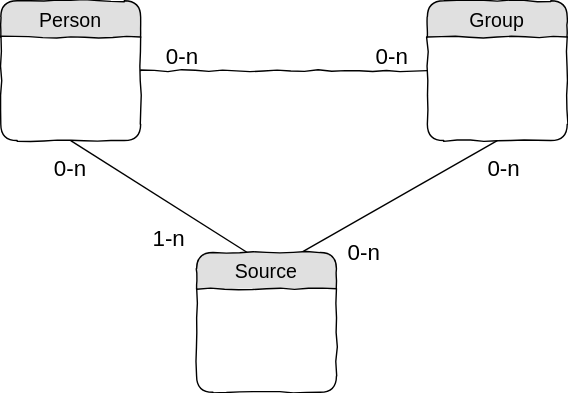
tig12/g5 keeps this draw.io diagram as docs/img/db5-model.svg. Above is the earlier version. Source tidied: cells renumbered, new cells last; positions are measured from the earlier drawing's top-left corner, leaving out a move shared by most shapes.
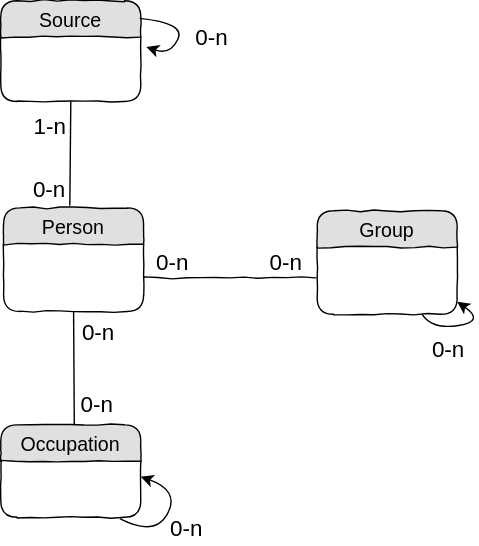
The same diagram one commit later.

Change to the diagram source:
```diff
@@ -2,41 +2,84 @@
   <root>
     <mxCell id="0" />
     <mxCell id="1" parent="0" />
-    <mxCell id="2" value="Group" style="swimlane;fontStyle=0;horizontal=1;startSize=26;fillColor=#e0e0e0;swimlaneFillColor=#ffffff;align=center;fontSize=14;rounded=1;shadow=0;comic=1;glass=0;" parent="1" vertex="1">
-      <mxGeometry x="305" width="100" height="100" as="geometry" />
-    </mxCell>
-    <mxCell id="3" style="endArrow=none;html=1;fontSize=14;fontColor=#000000;entryX=0;entryY=0.5;entryDx=0;entryDy=0;exitX=1;exitY=0.5;exitDx=0;exitDy=0;comic=1;" parent="1" edge="1" source="7" target="2">
-      <mxGeometry relative="1" as="geometry" />
+    <mxCell id="3" style="endArrow=none;html=1;fontSize=14;fontColor=#000000;comic=1;" parent="1" edge="1">
+      <mxGeometry relative="1" as="geometry">
+        <mxPoint x="100" y="50" as="sourcePoint" />
+        <mxPoint x="223" y="50" as="targetPoint" />
+      </mxGeometry>
     </mxCell>
-    <mxCell id="4" style="endArrow=none;html=1;shadow=0;fontSize=14;fontColor=#000000;entryX=0.5;entryY=1;entryDx=0;entryDy=0;exitX=0.75;exitY=0;exitDx=0;exitDy=0;" parent="1" edge="1" source="8" target="2">
-      <mxGeometry relative="1" as="geometry" />
-    </mxCell>
-    <mxCell id="5" style="endArrow=none;html=1;shadow=0;fontSize=14;fontColor=#000000;entryX=0.5;entryY=1;entryDx=0;entryDy=0;exitX=0.368;exitY=0.004;exitDx=0;exitDy=0;exitPerimeter=0;" parent="1" edge="1" source="8" target="7">
+    <mxCell id="5" style="endArrow=none;html=1;shadow=0;fontSize=14;fontColor=#000000;entryX=0.473;entryY=-0.02;entryDx=0;entryDy=0;exitX=0.5;exitY=1;exitDx=0;exitDy=0;entryPerimeter=0;" parent="1" edge="1" source="8" target="7">
       <mxGeometry relative="1" as="geometry" />
     </mxCell>
     <mxCell id="6" value="&lt;font style=&quot;font-size: 16px&quot;&gt;0-n&lt;/font&gt;" style="text;html=1;strokeColor=none;fillColor=none;align=center;verticalAlign=middle;whiteSpace=wrap;rounded=0;shadow=0;glass=0;dashed=1;dashPattern=1 4;comic=1;labelBackgroundColor=none;fontSize=24;fontColor=#000000;" parent="1" vertex="1">
-      <mxGeometry x="110" y="30" width="40" height="15" as="geometry" />
+      <mxGeometry x="101" y="29" width="40" height="15" as="geometry" />
     </mxCell>
     <mxCell id="7" value="Person" style="swimlane;fontStyle=0;horizontal=1;startSize=26;fillColor=#e0e0e0;swimlaneFillColor=#ffffff;align=center;fontSize=14;rounded=1;shadow=0;comic=1;glass=0;" parent="1" vertex="1">
-      <mxGeometry width="100" height="100" as="geometry" />
+      <mxGeometry width="100" height="74" as="geometry" />
     </mxCell>
-    <mxCell id="8" value="Source" style="swimlane;fontStyle=0;horizontal=1;startSize=26;fillColor=#e0e0e0;swimlaneFillColor=#ffffff;align=center;fontSize=14;rounded=1;shadow=0;comic=1;glass=0;" parent="1" vertex="1">
-      <mxGeometry x="140" y="180" width="100" height="100" as="geometry" />
-    </mxCell>
     <mxCell id="9" value="&lt;font style=&quot;font-size: 16px&quot;&gt;1-n&lt;/font&gt;" style="text;html=1;strokeColor=none;fillColor=none;align=center;verticalAlign=middle;rounded=0;shadow=0;glass=0;dashed=1;dashPattern=1 4;comic=1;labelBackgroundColor=none;fontSize=24;fontColor=#000000;" parent="1" vertex="1">
-      <mxGeometry x="110" y="160" width="20" height="15" as="geometry" />
+      <mxGeometry x="23" y="-68" width="20" height="15" as="geometry" />
     </mxCell>
     <mxCell id="10" value="&lt;font style=&quot;font-size: 16px&quot;&gt;0-n&lt;/font&gt;" style="text;html=1;strokeColor=none;fillColor=none;align=center;verticalAlign=middle;whiteSpace=wrap;rounded=0;shadow=0;glass=0;dashed=1;dashPattern=1 4;comic=1;labelBackgroundColor=none;fontSize=24;fontColor=#000000;" parent="1" vertex="1">
-      <mxGeometry x="260" y="30" width="40" height="15" as="geometry" />
+      <mxGeometry x="182" y="30" width="40" height="15" as="geometry" />
     </mxCell>
     <mxCell id="11" value="&lt;font style=&quot;font-size: 16px&quot;&gt;0-n&lt;/font&gt;" style="text;html=1;strokeColor=none;fillColor=none;align=center;verticalAlign=middle;whiteSpace=wrap;rounded=0;shadow=0;glass=0;dashed=1;dashPattern=1 4;comic=1;labelBackgroundColor=none;fontSize=24;fontColor=#000000;" parent="1" vertex="1">
-      <mxGeometry x="30" y="110" width="40" height="15" as="geometry" />
+      <mxGeometry x="13" y="-23" width="40" height="15" as="geometry" />
     </mxCell>
-    <mxCell id="12" value="&lt;font style=&quot;font-size: 16px&quot;&gt;0-n&lt;/font&gt;" style="text;html=1;strokeColor=none;fillColor=none;align=center;verticalAlign=middle;whiteSpace=wrap;rounded=0;shadow=0;glass=0;dashed=1;dashPattern=1 4;comic=1;labelBackgroundColor=none;fontSize=24;fontColor=#000000;" parent="1" vertex="1">
-      <mxGeometry x="240" y="170" width="40" height="15" as="geometry" />
-    </mxCell>
-    <mxCell id="13" value="&lt;font style=&quot;font-size: 16px&quot;&gt;0-n&lt;/font&gt;" style="text;html=1;strokeColor=none;fillColor=none;align=center;verticalAlign=middle;whiteSpace=wrap;rounded=0;shadow=0;glass=0;dashed=1;dashPattern=1 4;comic=1;labelBackgroundColor=none;fontSize=24;fontColor=#000000;" parent="1" vertex="1">
-      <mxGeometry x="340" y="110" width="40" height="15" as="geometry" />
-    </mxCell>
+    <mxCell id="14" style="curved=1;endArrow=classic;html=1;" parent="1" edge="1">
+      <mxGeometry relative="1" as="geometry">
+        <mxPoint x="83" y="222" as="sourcePoint" />
+        <mxPoint x="98" y="192" as="targetPoint" />
+        <Array as="points">
+          <mxPoint x="108" y="235" />
+          <mxPoint x="126" y="202" />
+        </Array>
+      </mxGeometry>
+    </mxCell>
+    <mxCell id="8" value="Source" style="swimlane;fontStyle=0;horizontal=1;startSize=26;fillColor=#e0e0e0;swimlaneFillColor=#ffffff;align=center;fontSize=14;rounded=1;shadow=0;comic=1;glass=0;" parent="1" vertex="1">
+      <mxGeometry x="-2" y="-148" width="100" height="72" as="geometry" />
+    </mxCell>
+    <mxCell id="15" value="&lt;font style=&quot;font-size: 16px&quot;&gt;0-n&lt;/font&gt;" style="text;html=1;strokeColor=none;fillColor=none;align=center;verticalAlign=middle;whiteSpace=wrap;rounded=0;shadow=0;glass=0;dashed=1;dashPattern=1 4;comic=1;labelBackgroundColor=none;fontSize=24;fontColor=#000000;" parent="1" vertex="1">
+      <mxGeometry x="111" y="219" width="40" height="15" as="geometry" />
+    </mxCell>
+    <mxCell id="16" style="curved=1;endArrow=classic;html=1;exitX=0.75;exitY=1;exitDx=0;exitDy=0;" parent="1" edge="1" source="2">
+      <mxGeometry relative="1" as="geometry">
+        <mxPoint x="324" y="67" as="targetPoint" />
+        <Array as="points">
+          <mxPoint x="306" y="87" />
+          <mxPoint x="344" y="81" />
+        </Array>
+      </mxGeometry>
+    </mxCell>
+    <mxCell id="17" value="&lt;font style=&quot;font-size: 16px&quot;&gt;0-n&lt;/font&gt;" style="text;html=1;strokeColor=none;fillColor=none;align=center;verticalAlign=middle;whiteSpace=wrap;rounded=0;shadow=0;glass=0;dashed=1;dashPattern=1 4;comic=1;labelBackgroundColor=none;fontSize=24;fontColor=#000000;" parent="1" vertex="1">
+      <mxGeometry x="298" y="91" width="40" height="15" as="geometry" />
+    </mxCell>
+    <mxCell id="18" value="Occupation" style="swimlane;fontStyle=0;horizontal=1;startSize=26;fillColor=#e0e0e0;swimlaneFillColor=#ffffff;align=center;fontSize=14;rounded=1;shadow=0;comic=1;glass=0;" parent="1" vertex="1">
+      <mxGeometry x="-2" y="155" width="100" height="66" as="geometry" />
+    </mxCell>
+    <mxCell id="19" value="&lt;font style=&quot;font-size: 16px&quot;&gt;0-n&lt;/font&gt;" style="text;html=1;strokeColor=none;fillColor=none;align=center;verticalAlign=middle;whiteSpace=wrap;rounded=0;shadow=0;glass=0;dashed=1;dashPattern=1 4;comic=1;labelBackgroundColor=none;fontSize=24;fontColor=#000000;" parent="1" vertex="1">
+      <mxGeometry x="129" y="-132" width="40" height="15" as="geometry" />
+    </mxCell>
+    <mxCell id="20" style="curved=1;endArrow=classic;html=1;exitX=0.992;exitY=0.175;exitDx=0;exitDy=0;exitPerimeter=0;" parent="1" edge="1" source="8">
+      <mxGeometry relative="1" as="geometry">
+        <mxPoint x="102" y="-115" as="targetPoint" />
+        <Array as="points">
+          <mxPoint x="130" y="-132" />
+          <mxPoint x="119" y="-109" />
+        </Array>
+      </mxGeometry>
+    </mxCell>
+    <mxCell id="21" style="endArrow=none;html=1;entryX=0.5;entryY=1;entryDx=0;entryDy=0;exitX=0.525;exitY=0.003;exitDx=0;exitDy=0;exitPerimeter=0;" parent="1" edge="1" source="18" target="7">
+      <mxGeometry relative="1" as="geometry" />
+    </mxCell>
+    <mxCell id="22" value="&lt;font style=&quot;font-size: 16px&quot;&gt;0-n&lt;/font&gt;" style="text;html=1;strokeColor=none;fillColor=none;align=center;verticalAlign=middle;whiteSpace=wrap;rounded=0;shadow=0;glass=0;dashed=1;dashPattern=1 4;comic=1;labelBackgroundColor=none;fontSize=24;fontColor=#000000;" parent="1" vertex="1">
+      <mxGeometry x="48" y="79" width="40" height="15" as="geometry" />
+    </mxCell>
+    <mxCell id="23" value="&lt;font style=&quot;font-size: 16px&quot;&gt;0-n&lt;/font&gt;" style="text;html=1;strokeColor=none;fillColor=none;align=center;verticalAlign=middle;whiteSpace=wrap;rounded=0;shadow=0;glass=0;dashed=1;dashPattern=1 4;comic=1;labelBackgroundColor=none;fontSize=24;fontColor=#000000;" parent="1" vertex="1">
+      <mxGeometry x="47" y="130" width="40" height="15" as="geometry" />
+    </mxCell>
+    <mxCell id="2" value="Group" style="swimlane;fontStyle=0;horizontal=1;startSize=26;fillColor=#e0e0e0;swimlaneFillColor=#ffffff;align=center;fontSize=14;rounded=1;shadow=0;comic=1;glass=0;" parent="1" vertex="1">
+      <mxGeometry x="224" y="2" width="100" height="74" as="geometry" />
+    </mxCell>
   </root>
 </mxGraphModel>
```
